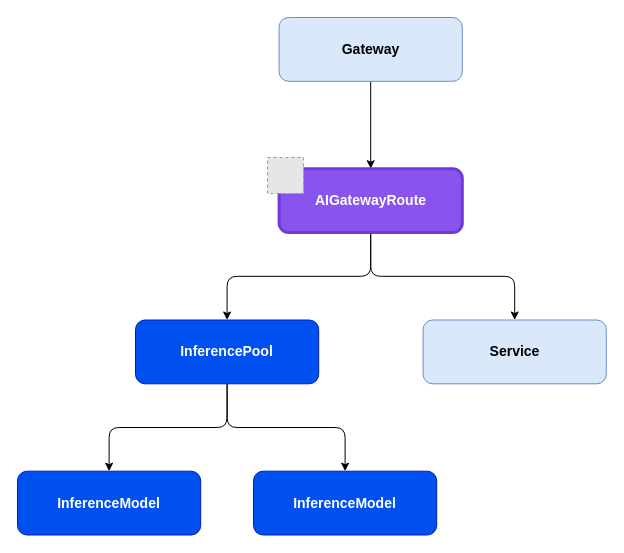
The draw.io diagram page "aigwroute + inference" (4 of 4) of site/blog/2025/diagram-sources/epp-blog-diagrams.drawio in missBerg/ai-gateway, before the edit. Source tidied: cells renumbered, new cells numbered last; positions are measured from the earlier drawing's top-left corner, leaving out a move shared by most shapes. Both pictures are drawn from the tidied source at 100%, with x=0, y=0 at pixel (17, 17). Pictures stored in the file or linked from it are replaced by grey dashed boxes.
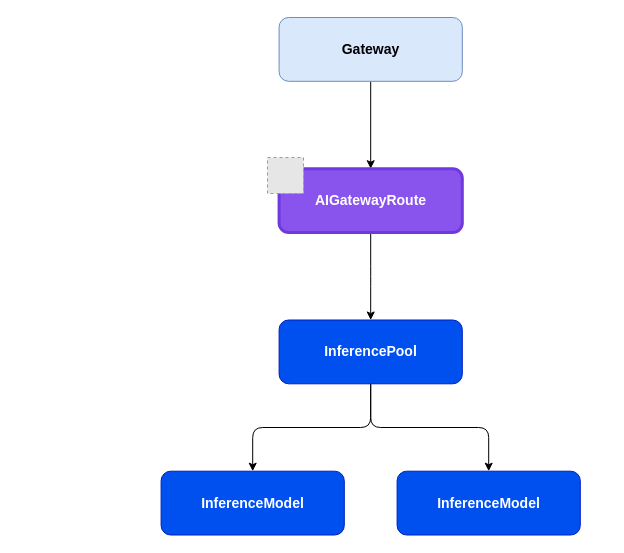
After the change.

Diff of the diagram source:
```diff
@@
 <mxGraphModel>
   <root>
     <mxCell id="0" />
     <mxCell id="1" parent="0" />
-    <mxCell id="2" style="group;" parent="1" vertex="1">
-      <mxGeometry width="588.8" height="517.5" as="geometry" />
-    </mxCell>
-    <mxCell id="3" style="edgeStyle=orthogonalEdgeStyle;rounded=0;jettySize=auto;html=1;exitX=0.5;exitY=1;exitDx=0;exitDy=0;" parent="2" edge="1" source="4" target="7">
+    <mxCell id="3" style="edgeStyle=orthogonalEdgeStyle;rounded=0;jettySize=auto;html=1;exitX=0.5;exitY=1;exitDx=0;exitDy=0;" parent="1" edge="1" source="4" target="7">
       <mxGeometry relative="1" as="geometry" />
     </mxCell>
-    <mxCell id="4" value="Gateway" style="rounded=1;whiteSpace=wrap;html=1;fillColor=#dae8fc;strokeColor=#6c8ebf;fontStyle=1;verticalAlign=middle;spacingTop=0;fontSize=14;" parent="2" vertex="1">
+    <mxCell id="4" value="Gateway" style="rounded=1;whiteSpace=wrap;html=1;fillColor=#dae8fc;strokeColor=#6c8ebf;fontStyle=1;verticalAlign=middle;spacingTop=0;fontSize=14;" parent="1" vertex="1">
       <mxGeometry x="261.6" width="183.2" height="63.8" as="geometry" />
     </mxCell>
-    <mxCell id="5" style="edgeStyle=orthogonalEdgeStyle;rounded=1;jettySize=auto;html=1;exitX=0.5;exitY=1;exitDx=0;exitDy=0;curved=0;" parent="2" edge="1" source="7" target="10">
+    <mxCell id="5" style="edgeStyle=orthogonalEdgeStyle;rounded=1;jettySize=auto;html=1;exitX=0.5;exitY=1;exitDx=0;exitDy=0;curved=0;" parent="1" edge="1" source="7" target="10">
       <mxGeometry relative="1" as="geometry" />
     </mxCell>
-    <mxCell id="6" style="edgeStyle=orthogonalEdgeStyle;rounded=1;jettySize=auto;html=1;exitX=0.5;exitY=1;exitDx=0;exitDy=0;curved=0;" parent="2" edge="1" source="7" target="13">
-      <mxGeometry relative="1" as="geometry" />
-    </mxCell>
-    <mxCell id="7" value="AIGatewayRoute" style="rounded=1;whiteSpace=wrap;html=1;fillColor=light-dark(#8953ee, #7f61b7);strokeColor=#6F3ADC;fontStyle=1;verticalAlign=middle;spacingTop=0;fontSize=14;fontColor=#ffffff;strokeWidth=3;" parent="2" vertex="1">
+    <mxCell id="7" value="AIGatewayRoute" style="rounded=1;whiteSpace=wrap;html=1;fillColor=light-dark(#8953ee, #7f61b7);strokeColor=#6F3ADC;fontStyle=1;verticalAlign=middle;spacingTop=0;fontSize=14;fontColor=#ffffff;strokeWidth=3;" parent="1" vertex="1">
       <mxGeometry x="261.6" y="151.2" width="183.2" height="63.8" as="geometry" />
     </mxCell>
-    <mxCell id="8" style="edgeStyle=orthogonalEdgeStyle;rounded=1;jettySize=auto;html=1;exitX=0.5;exitY=1;exitDx=0;exitDy=0;curved=0;" parent="2" edge="1" source="10" target="11">
+    <mxCell id="8" style="edgeStyle=orthogonalEdgeStyle;rounded=1;jettySize=auto;html=1;exitX=0.5;exitY=1;exitDx=0;exitDy=0;curved=0;" parent="1" edge="1" source="10" target="11">
       <mxGeometry relative="1" as="geometry" />
     </mxCell>
-    <mxCell id="9" style="edgeStyle=orthogonalEdgeStyle;rounded=1;jettySize=auto;html=1;exitX=0.5;exitY=1;exitDx=0;exitDy=0;curved=0;" parent="2" edge="1" source="10" target="12">
+    <mxCell id="9" style="edgeStyle=orthogonalEdgeStyle;rounded=1;jettySize=auto;html=1;exitX=0.5;exitY=1;exitDx=0;exitDy=0;curved=0;" parent="1" edge="1" source="10" target="12">
       <mxGeometry relative="1" as="geometry" />
     </mxCell>
-    <mxCell id="10" value="InferencePool" style="rounded=1;whiteSpace=wrap;html=1;fillColor=#0050ef;strokeColor=#001DBC;fontStyle=1;verticalAlign=middle;spacingTop=0;fontSize=14;fontColor=#ffffff;" parent="2" vertex="1">
-      <mxGeometry x="118" y="302.5" width="183.2" height="63.8" as="geometry" />
+    <mxCell id="10" value="InferencePool" style="rounded=1;whiteSpace=wrap;html=1;fillColor=#0050ef;strokeColor=#001DBC;fontStyle=1;verticalAlign=middle;spacingTop=0;fontSize=14;fontColor=#ffffff;" parent="1" vertex="1">
+      <mxGeometry x="261.6" y="302.5" width="183.2" height="63.8" as="geometry" />
     </mxCell>
-    <mxCell id="11" value="InferenceModel" style="rounded=1;whiteSpace=wrap;html=1;fillColor=#0050ef;strokeColor=#001DBC;fontStyle=1;verticalAlign=middle;spacingTop=0;fontSize=14;fontColor=#ffffff;" parent="2" vertex="1">
-      <mxGeometry y="453.7" width="183.2" height="63.8" as="geometry" />
+    <mxCell id="11" value="InferenceModel" style="rounded=1;whiteSpace=wrap;html=1;fillColor=#0050ef;strokeColor=#001DBC;fontStyle=1;verticalAlign=middle;spacingTop=0;fontSize=14;fontColor=#ffffff;" parent="1" vertex="1">
+      <mxGeometry x="143.6" y="453.7" width="183.2" height="63.8" as="geometry" />
     </mxCell>
-    <mxCell id="12" value="InferenceModel" style="rounded=1;whiteSpace=wrap;html=1;fillColor=#0050ef;strokeColor=#001DBC;fontStyle=1;verticalAlign=middle;spacingTop=0;fontSize=14;fontColor=#ffffff;" parent="2" vertex="1">
-      <mxGeometry x="236" y="453.7" width="183.2" height="63.8" as="geometry" />
+    <mxCell id="12" value="InferenceModel" style="rounded=1;whiteSpace=wrap;html=1;fillColor=#0050ef;strokeColor=#001DBC;fontStyle=1;verticalAlign=middle;spacingTop=0;fontSize=14;fontColor=#ffffff;" parent="1" vertex="1">
+      <mxGeometry x="379.6" y="453.7" width="183.2" height="63.8" as="geometry" />
     </mxCell>
-    <mxCell id="13" value="Service" style="rounded=1;whiteSpace=wrap;html=1;fillColor=#dae8fc;strokeColor=#6c8ebf;fontStyle=1;verticalAlign=middle;spacingTop=0;fontSize=14;" parent="2" vertex="1">
-      <mxGeometry x="405.6" y="302.5" width="183.2" height="63.8" as="geometry" />
-    </mxCell>
-    <mxCell id="14" style="fillColor=#E6E6E6;strokeColor=#999999;dashed=1;verticalLabelPosition=bottom;labelBackgroundColor=default;verticalAlign=top;" parent="2" vertex="1">
+    <mxCell id="14" style="fillColor=#E6E6E6;strokeColor=#999999;dashed=1;verticalLabelPosition=bottom;labelBackgroundColor=default;verticalAlign=top;" parent="1" vertex="1">
       <mxGeometry x="250" y="140" width="36" height="36" as="geometry" />
     </mxCell>
   </root>
 </mxGraphModel>
```
